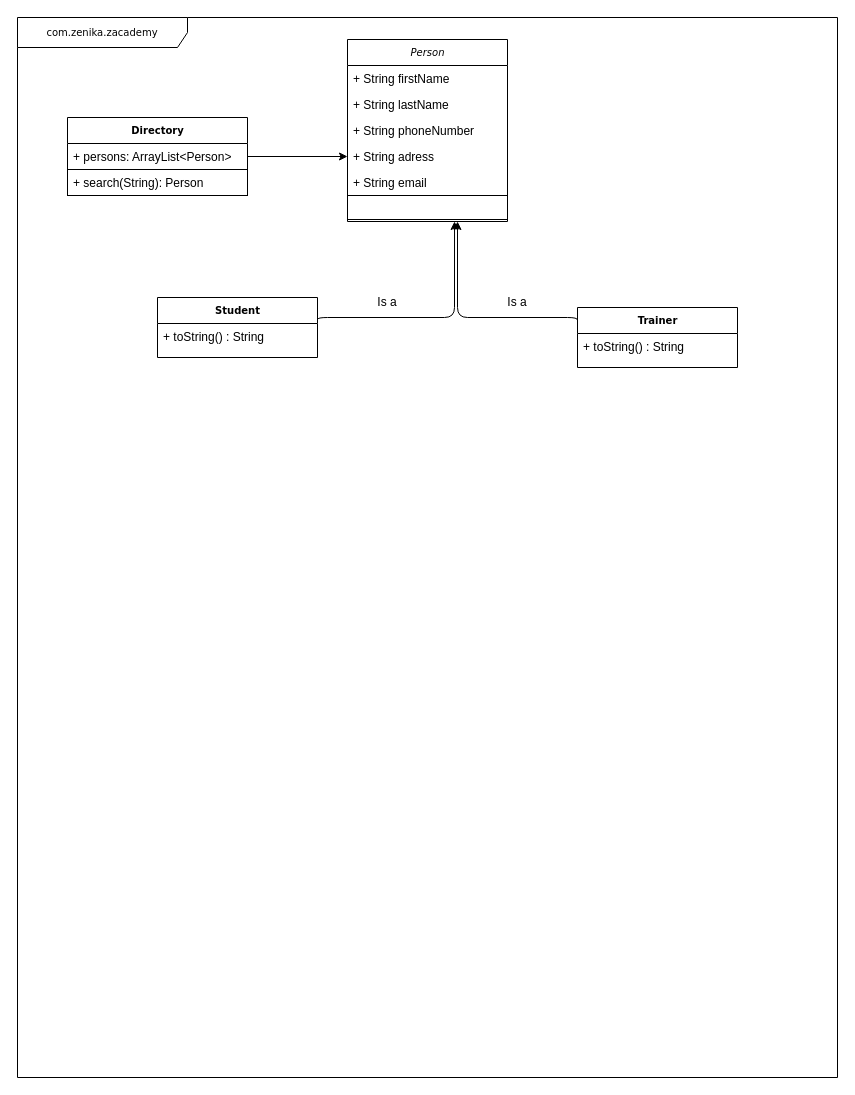
This is Zacademy_DC.drawio from LisaDaudibon/designjava-tp4, a draw.io file, before an edit. Source tidied: cells renumbered, new cells numbered last; positions are measured from the earlier drawing's top-left corner, leaving out a move shared by most shapes. Both pictures are drawn from the tidied source at 100%, with x=0, y=0 at pixel (17, 17).
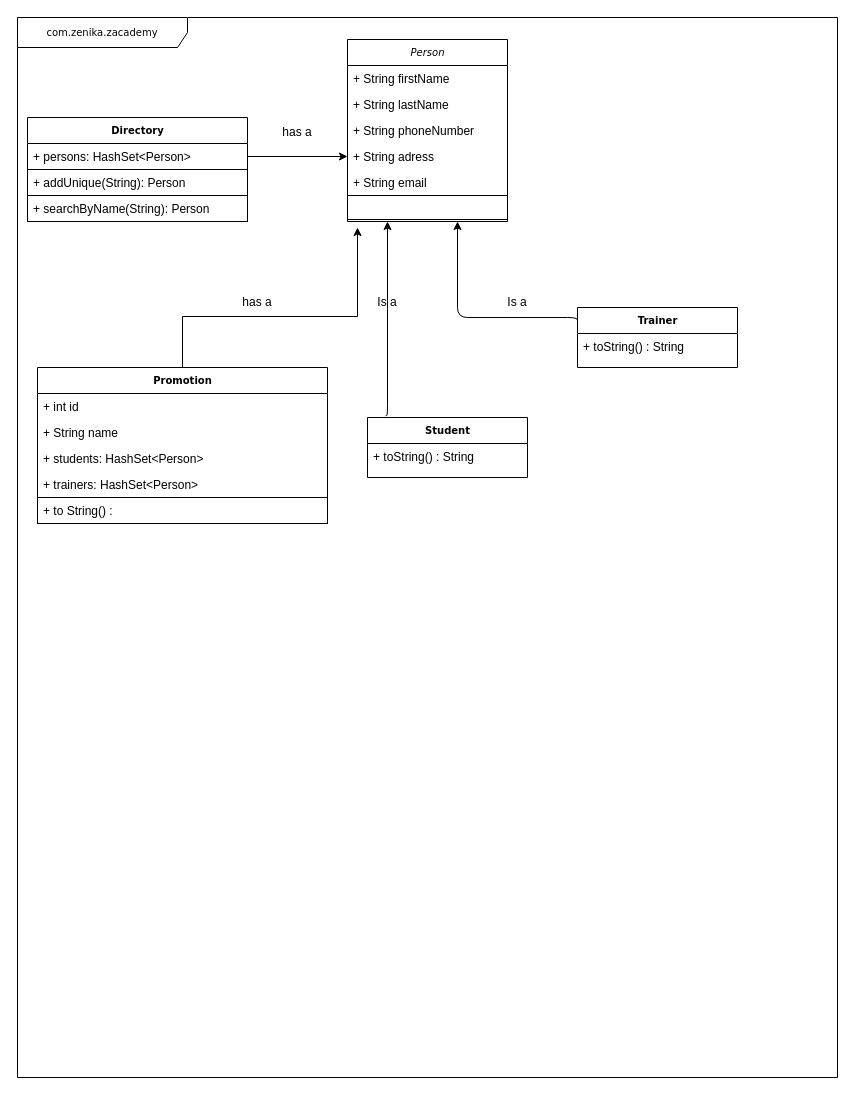
The same diagram, later.

Commit message:
Adding Class Promotion sur Drawio

Unchanged cells that the change refers to:
```xml
<mxCell id="11" style="text;html=1;strokeColor=default;fillColor=none;align=left;verticalAlign=top;spacingLeft=4;spacingRight=4;whiteSpace=wrap;overflow=hidden;points=[[0,0.5],[1,0.5]];portConstraint=eastwest;" parent="5" vertex="1">
  <mxGeometry y="156" width="160" height="24" as="geometry" />
</mxCell>
```

Change to the diagram source:
```diff
@@
     <mxCell id="19" value="&lt;b&gt;Student&lt;/b&gt;" style="swimlane;html=1;fontStyle=0;horizontal=1;startSize=26;fillColor=none;swimlaneFillColor=#ffffff;rounded=0;shadow=0;comic=0;labelBackgroundColor=none;strokeWidth=1;fontFamily=Verdana;fontSize=10;align=center;" parent="1" vertex="1">
-      <mxGeometry x="140" y="280" width="160" height="60" as="geometry" />
+      <mxGeometry x="350" y="400" width="160" height="60" as="geometry" />
     </mxCell>
@@
-    <mxCell id="22" style="edgeStyle=orthogonalEdgeStyle;rounded=1;jettySize=auto;html=1;entryX=0.669;entryY=1.083;entryDx=0;entryDy=0;entryPerimeter=0;curved=0;" parent="1" edge="1" target="11">
+    <mxCell id="22" style="edgeStyle=orthogonalEdgeStyle;rounded=1;jettySize=auto;html=1;curved=0;exitX=0.114;exitY=-0.031;exitDx=0;exitDy=0;exitPerimeter=0;" parent="1" edge="1" source="19">
       <mxGeometry relative="1" as="geometry">
-        <mxPoint x="300" y="304" as="sourcePoint" />
+        <mxPoint x="370" y="204" as="targetPoint" />
         <Array as="points">
-          <mxPoint x="300" y="300" />
-          <mxPoint x="437" y="300" />
+          <mxPoint x="370" y="398" />
         </Array>
       </mxGeometry>
     </mxCell>
     <mxCell id="23" value="&lt;b&gt;Directory&lt;/b&gt;" style="swimlane;html=1;fontStyle=0;horizontal=1;startSize=26;fillColor=none;swimlaneFillColor=#ffffff;rounded=0;shadow=0;comic=0;labelBackgroundColor=none;strokeWidth=1;fontFamily=Verdana;fontSize=10;align=center;" parent="1" vertex="1">
-      <mxGeometry x="50" y="100" width="180" height="78" as="geometry" />
+      <mxGeometry x="10" y="100" width="220" height="104" as="geometry" />
     </mxCell>
-    <mxCell id="24" value="+ persons: ArrayList&amp;lt;Person&amp;gt;" style="text;html=1;strokeColor=none;fillColor=none;align=left;verticalAlign=top;spacingLeft=4;spacingRight=4;whiteSpace=wrap;overflow=hidden;points=[[0,0.5],[1,0.5]];portConstraint=eastwest;" parent="23" vertex="1">
-      <mxGeometry y="26" width="180" height="26" as="geometry" />
+    <mxCell id="24" value="+ persons: HashSet&amp;lt;Person&amp;gt;" style="text;html=1;strokeColor=none;fillColor=none;align=left;verticalAlign=top;spacingLeft=4;spacingRight=4;whiteSpace=wrap;overflow=hidden;points=[[0,0.5],[1,0.5]];portConstraint=eastwest;" parent="23" vertex="1">
+      <mxGeometry y="26" width="220" height="26" as="geometry" />
     </mxCell>
-    <mxCell id="25" value="+ search(String): Person" style="text;html=1;strokeColor=default;fillColor=none;align=left;verticalAlign=top;spacingLeft=4;spacingRight=4;whiteSpace=wrap;overflow=hidden;" parent="23" vertex="1">
-      <mxGeometry y="52" width="180" height="26" as="geometry" />
+    <mxCell id="25" value="+ addUnique(String): Person" style="text;html=1;strokeColor=default;fillColor=none;align=left;verticalAlign=top;spacingLeft=4;spacingRight=4;whiteSpace=wrap;overflow=hidden;" parent="23" vertex="1">
+      <mxGeometry y="52" width="220" height="26" as="geometry" />
     </mxCell>
+    <mxCell id="29" value="+ searchByName(String): Person" style="text;html=1;strokeColor=default;fillColor=none;align=left;verticalAlign=top;spacingLeft=4;spacingRight=4;whiteSpace=wrap;overflow=hidden;" parent="23" vertex="1">
+      <mxGeometry y="78" width="220" height="26" as="geometry" />
+    </mxCell>
@@
+    <mxCell id="30" value="&lt;b&gt;Promotion&lt;/b&gt;" style="swimlane;html=1;fontStyle=0;horizontal=1;startSize=26;fillColor=none;swimlaneFillColor=#ffffff;rounded=0;shadow=0;comic=0;labelBackgroundColor=none;strokeWidth=1;fontFamily=Verdana;fontSize=10;align=center;" parent="1" vertex="1">
+      <mxGeometry x="20" y="350" width="290" height="156" as="geometry" />
+    </mxCell>
+    <mxCell id="31" value="+ int id" style="text;html=1;strokeColor=none;fillColor=none;align=left;verticalAlign=top;spacingLeft=4;spacingRight=4;whiteSpace=wrap;overflow=hidden;" parent="30" vertex="1">
+      <mxGeometry y="26" width="290" height="26" as="geometry" />
+    </mxCell>
+    <mxCell id="32" value="+ String name" style="text;html=1;strokeColor=none;fillColor=none;align=left;verticalAlign=top;spacingLeft=4;spacingRight=4;whiteSpace=wrap;overflow=hidden;" parent="30" vertex="1">
+      <mxGeometry y="52" width="290" height="26" as="geometry" />
+    </mxCell>
+    <mxCell id="33" value="+ students: HashSet&amp;lt;Person&amp;gt;" style="text;html=1;strokeColor=none;fillColor=none;align=left;verticalAlign=top;spacingLeft=4;spacingRight=4;whiteSpace=wrap;overflow=hidden;" parent="30" vertex="1">
+      <mxGeometry y="78" width="290" height="26" as="geometry" />
+    </mxCell>
+    <mxCell id="34" value="+ trainers: HashSet&amp;lt;Person&amp;gt;" style="text;html=1;strokeColor=none;fillColor=none;align=left;verticalAlign=top;spacingLeft=4;spacingRight=4;whiteSpace=wrap;overflow=hidden;" parent="30" vertex="1">
+      <mxGeometry y="104" width="290" height="26" as="geometry" />
+    </mxCell>
+    <mxCell id="35" value="+ to String() :&amp;nbsp;" style="text;html=1;strokeColor=default;fillColor=none;align=left;verticalAlign=top;spacingLeft=4;spacingRight=4;whiteSpace=wrap;overflow=hidden;" parent="30" vertex="1">
+      <mxGeometry y="130" width="290" height="26" as="geometry" />
+    </mxCell>
+    <mxCell id="36" style="edgeStyle=orthogonalEdgeStyle;rounded=0;jettySize=auto;html=1;exitX=0.5;exitY=0;exitDx=0;exitDy=0;" parent="1" edge="1" source="30">
+      <mxGeometry relative="1" as="geometry">
+        <mxPoint x="340" y="210" as="targetPoint" />
+        <Array as="points">
+          <mxPoint x="165" y="299" />
+          <mxPoint x="340" y="299" />
+        </Array>
+      </mxGeometry>
+    </mxCell>
+    <mxCell id="37" value="has a" style="text;html=1;strokeColor=none;fillColor=none;align=center;verticalAlign=middle;whiteSpace=wrap;rounded=0;" parent="1" vertex="1">
+      <mxGeometry x="210" y="270" width="60" height="30" as="geometry" />
+    </mxCell>
+    <mxCell id="38" value="has a" style="text;html=1;strokeColor=none;fillColor=none;align=center;verticalAlign=middle;whiteSpace=wrap;rounded=0;" parent="1" vertex="1">
+      <mxGeometry x="250" y="100" width="60" height="30" as="geometry" />
+    </mxCell>
```
